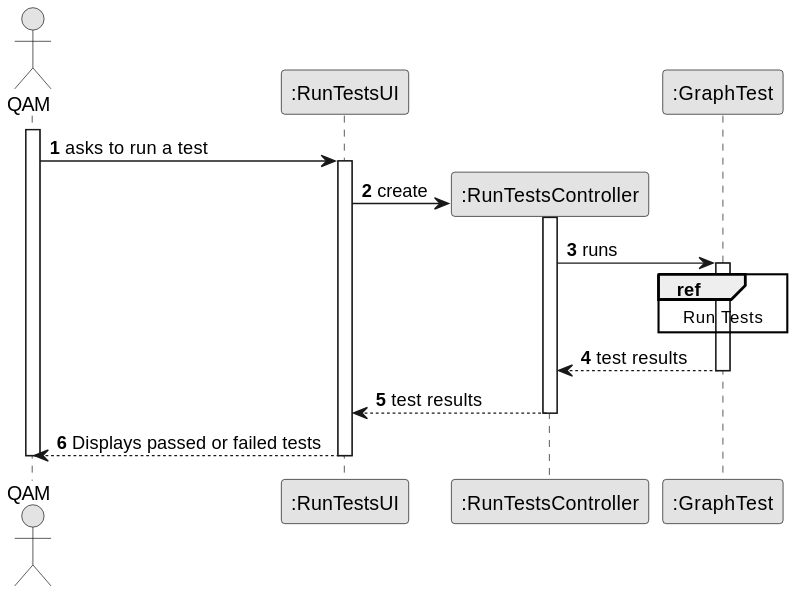
This is docs/sprintB/us014/03.design/svg/us014-sequence-diagram-split.svg from ricardomm7/leaflink, a PlantUML export, as it was before one commit.
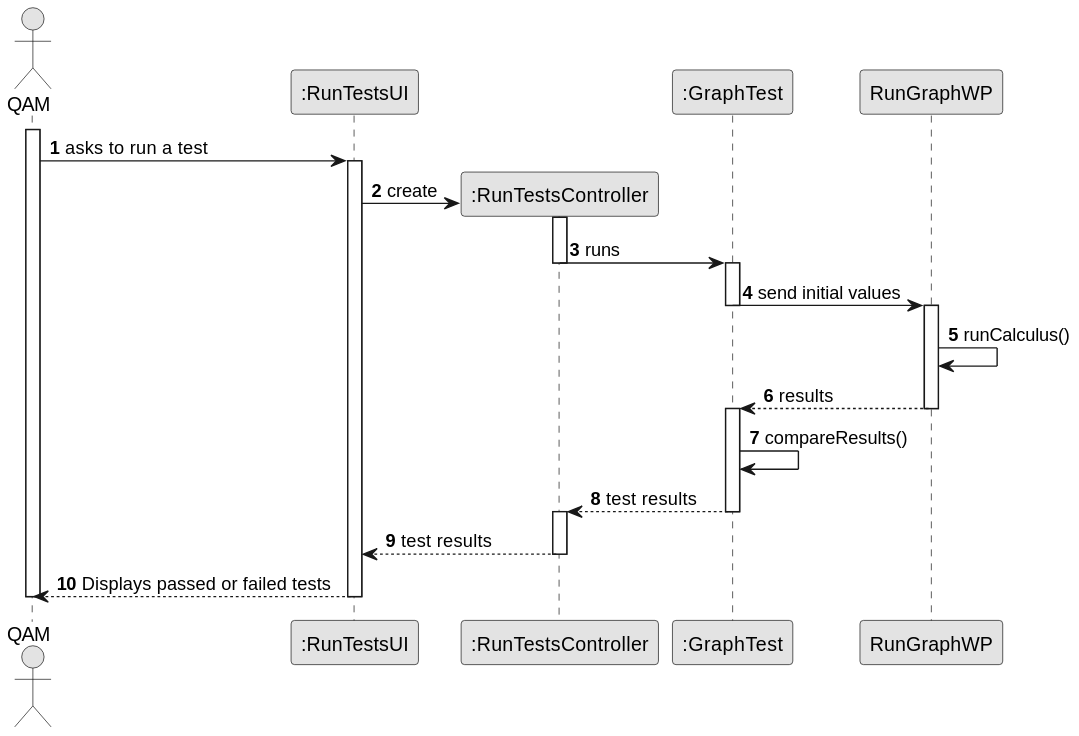
The same diagram one commit later.

Diff of the diagram source:
```diff
@@ -21,14 +21,24 @@
             activate CTRL
 
                 CTRL -> Test : runs
+                deactivate CTRL
                 activate Test
 
-                   ref over Test
-                        Run Tests
-                   end
+                    Test -> RunGraphWP: send initial values
+                    deactivate Test
+                activate RunGraphWP
 
+                    RunGraphWP -> RunGraphWP: runCalculus()
+                RunGraphWP --> Test : results
+                deactivate RunGraphWP
+                activate Test
+
+                Test -> Test : compareResults()
 
                 Test --> CTRL : test results
+                deactivate  Test
+
+                activate CTRL
             deactivate Test
 
             CTRL --> UI : test results
```
